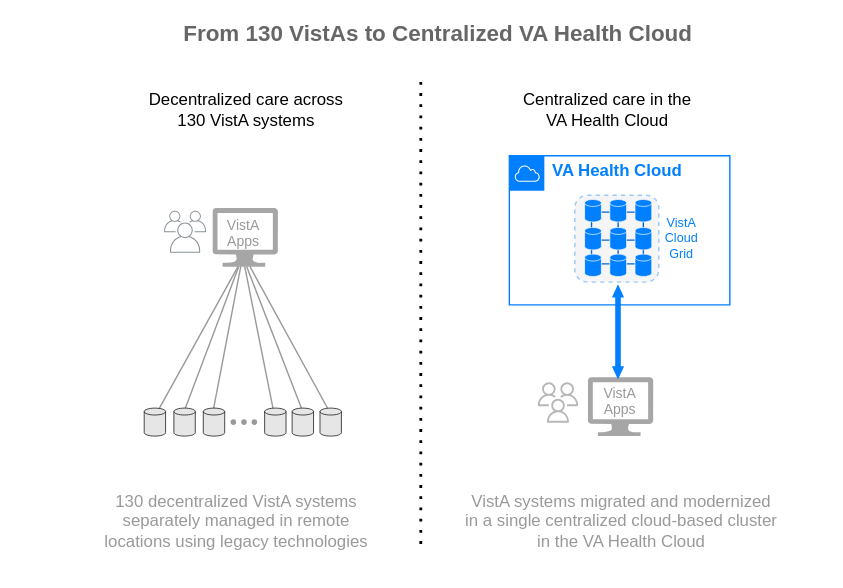
cloudvista/vaa keeps this draw.io diagram as img/vista-to-vaec-4.svg. Above is the earlier version. Source tidied: cells renumbered, new cells last; positions are measured from the earlier drawing's top-left corner, leaving out a move shared by most shapes.
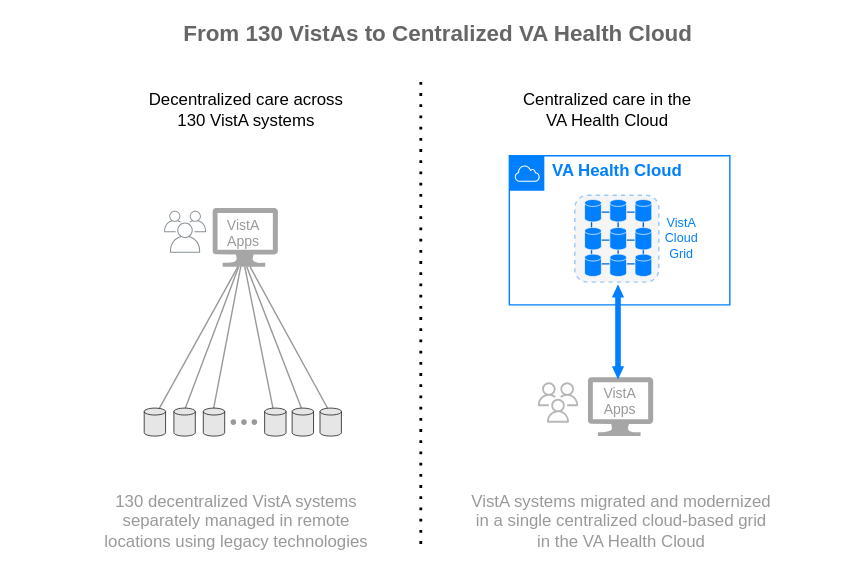
Later version of the same file.

What changed in the source:
```diff
@@ -86,8 +86,8 @@
     <mxCell id="23" value="130 decentralized VistA systems&lt;br&gt;separately managed in remote&lt;br&gt;locations using legacy technologies" style="text;html=1;align=center;verticalAlign=middle;strokeColor=none;fillColor=none;fontColor=#999999;" parent="1" vertex="1">
       <mxGeometry x="62.9" y="342" width="210" height="60" as="geometry" />
     </mxCell>
-    <mxCell id="24" value="VistA systems migrated and modernized&lt;br&gt;in a single centralized cloud-based cluster&lt;br&gt;in the VA Health Cloud" style="text;html=1;align=center;verticalAlign=middle;strokeColor=none;fillColor=none;fontColor=#999999;" parent="1" vertex="1">
-      <mxGeometry x="317.7" y="342" width="250" height="60" as="geometry" />
+    <mxCell id="24" value="VistA systems migrated and modernized&lt;br&gt;in a single centralized cloud-based grid&lt;br&gt;in the VA Health Cloud" style="text;html=1;align=center;verticalAlign=middle;strokeColor=none;fillColor=none;fontColor=#999999;" parent="1" vertex="1">
+      <mxGeometry x="322.7" y="342" width="240" height="60" as="geometry" />
     </mxCell>
     <mxCell id="25" style="group;" parent="1" vertex="1">
       <mxGeometry x="164.1" y="299" width="19" height="4" as="geometry" />
```
